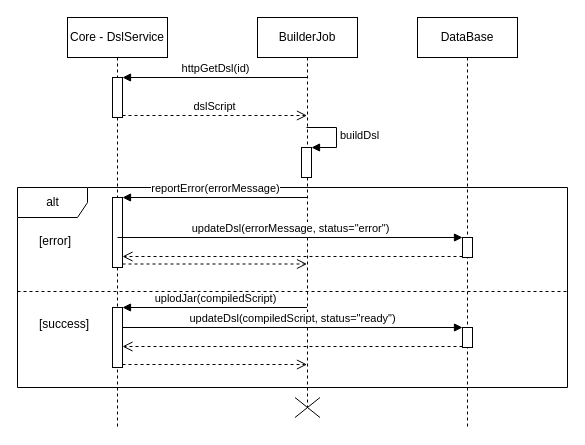
Above: page "Copy of Page-2" (3 of 4) of doc/src/content/75_implementation/process.drawio in Tiegris/KonstrainR (draw.io), before the change. Source tidied: cells renumbered, new cells numbered last; positions are measured from the earlier drawing's top-left corner, leaving out a move shared by most shapes. Both pictures are drawn from the tidied source at 100%, with x=0, y=0 at pixel (17, 17).
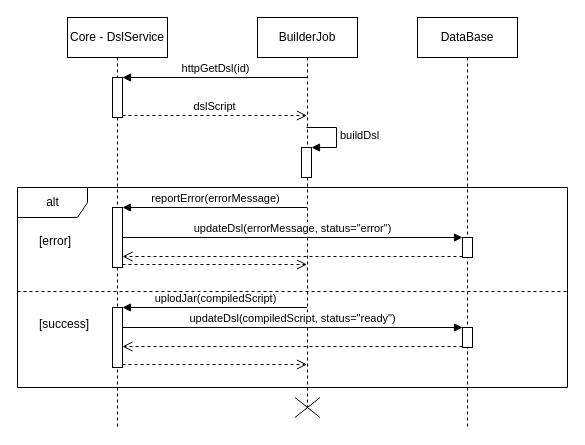
The same page after the edit.

Unchanged cells that the change refers to:
```xml
<mxCell id="5" value="Core - DslService" style="shape=umlLifeline;perimeter=lifelinePerimeter;whiteSpace=wrap;html=1;" parent="1" vertex="1">
  <mxGeometry x="50" width="100" height="410" as="geometry" />
</mxCell>
<mxCell id="11" style="html=1;points=[];perimeter=orthogonalPerimeter;" parent="9" vertex="1">
  <mxGeometry x="45" y="220" width="10" height="20" as="geometry" />
</mxCell>
```

Change to the diagram source:
```diff
@@
     <mxCell id="7" style="html=1;points=[];perimeter=orthogonalPerimeter;" parent="5" vertex="1">
-      <mxGeometry x="45" y="180" width="10" height="70" as="geometry" />
+      <mxGeometry x="45" y="190" width="10" height="60" as="geometry" />
     </mxCell>
@@
-    <mxCell id="23" value="updateDsl(errorMessage, status=&quot;error&quot;)" style="html=1;verticalAlign=bottom;endArrow=block;entryX=0;entryY=0;" parent="1" edge="1" target="11">
-      <mxGeometry relative="1" as="geometry">
-        <mxPoint x="100" y="220" as="sourcePoint" />
-      </mxGeometry>
+    <mxCell id="23" value="updateDsl(errorMessage, status=&quot;error&quot;)" style="html=1;verticalAlign=bottom;endArrow=block;entryX=0;entryY=0;" parent="1" edge="1" source="7" target="11">
+      <mxGeometry relative="1" as="geometry" />
     </mxCell>
```
